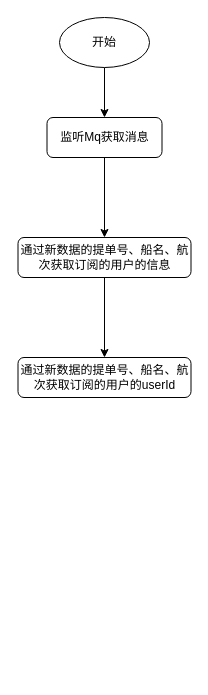
Earlier version of the draw.io diagram port-manager/港区微信推送.drawio (caixuecheng/track-drawio). Source tidied: cells renumbered, new cells numbered last; positions are measured from the earlier drawing's top-left corner, leaving out a move shared by most shapes. Both pictures are drawn from the tidied source at 100%, with x=0, y=0 at pixel (17, 17).
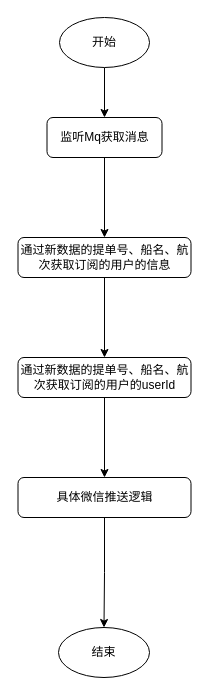
After the change.

Commit message (it also covers changes not shown here):
更新港区微信推送.drawio

What changed in the source:
```diff
@@
 <mxGraphModel>
   <root>
     <mxCell id="0" />
     <mxCell id="1" parent="0" />
     <mxCell id="2" style="edgeStyle=orthogonalEdgeStyle;rounded=0;jettySize=auto;html=1;exitX=0.5;exitY=1;exitDx=0;exitDy=0;entryX=0.5;entryY=0;entryDx=0;entryDy=0;" parent="1" edge="1" source="3" target="5">
       <mxGeometry relative="1" as="geometry" />
     </mxCell>
     <mxCell id="3" value="开始" style="ellipse;whiteSpace=wrap;html=1;" parent="1" vertex="1">
       <mxGeometry x="42" width="90" height="50" as="geometry" />
     </mxCell>
     <mxCell id="4" style="edgeStyle=orthogonalEdgeStyle;rounded=0;jettySize=auto;html=1;" parent="1" edge="1" source="5" target="7">
       <mxGeometry relative="1" as="geometry" />
     </mxCell>
     <mxCell id="5" value="监听Mq获取消息" style="rounded=1;whiteSpace=wrap;html=1;" parent="1" vertex="1">
       <mxGeometry x="29.5" y="100" width="115" height="40" as="geometry" />
     </mxCell>
     <mxCell id="6" style="edgeStyle=orthogonalEdgeStyle;rounded=0;jettySize=auto;html=1;" parent="1" edge="1" source="7" target="8">
       <mxGeometry relative="1" as="geometry" />
     </mxCell>
     <mxCell id="7" value="通过新数据的提单号、船名、航次获取订阅的用户的信息" style="rounded=1;whiteSpace=wrap;html=1;" parent="1" vertex="1">
       <mxGeometry x="0.5" y="220" width="173" height="40" as="geometry" />
     </mxCell>
+    <mxCell id="9" style="edgeStyle=orthogonalEdgeStyle;rounded=0;jettySize=auto;html=1;" parent="1" edge="1" source="8" target="11">
+      <mxGeometry relative="1" as="geometry" />
+    </mxCell>
     <mxCell id="8" value="通过新数据的提单号、船名、航次获取订阅的用户的userId" style="rounded=1;whiteSpace=wrap;html=1;" parent="1" vertex="1">
       <mxGeometry x="0.5" y="340" width="173" height="40" as="geometry" />
     </mxCell>
+    <mxCell id="10" style="edgeStyle=orthogonalEdgeStyle;rounded=0;jettySize=auto;html=1;exitX=0.5;exitY=1;exitDx=0;exitDy=0;entryX=0.5;entryY=0;entryDx=0;entryDy=0;" parent="1" edge="1" source="11" target="12">
+      <mxGeometry relative="1" as="geometry" />
+    </mxCell>
+    <mxCell id="11" value="具体微信推送逻辑" style="rounded=1;whiteSpace=wrap;html=1;" parent="1" vertex="1">
+      <mxGeometry x="0.5" y="460" width="173" height="40" as="geometry" />
+    </mxCell>
+    <mxCell id="12" value="结束" style="ellipse;whiteSpace=wrap;html=1;" parent="1" vertex="1">
+      <mxGeometry x="41" y="610" width="91" height="50" as="geometry" />
+    </mxCell>
   </root>
 </mxGraphModel>
```
